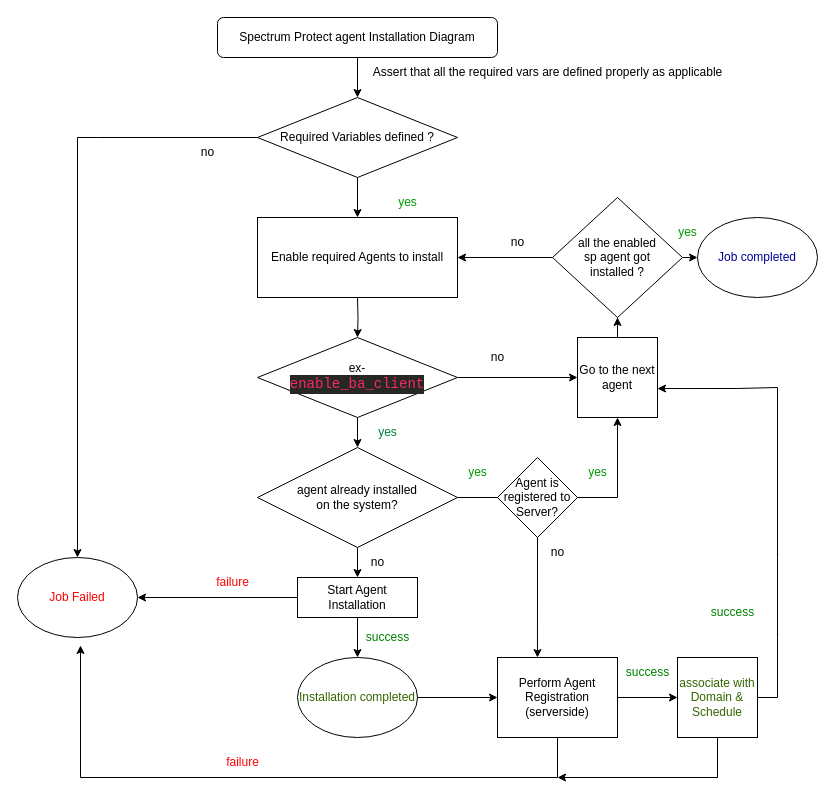
Earlier version of the draw.io diagram spectrum_protect_agent.drawio (kajmonda/sample). Source tidied: cells renumbered, new cells numbered last; positions are measured from the earlier drawing's top-left corner, leaving out a move shared by most shapes. Both pictures are drawn from the tidied source at 100%, with x=0, y=0 at pixel (17, 17).
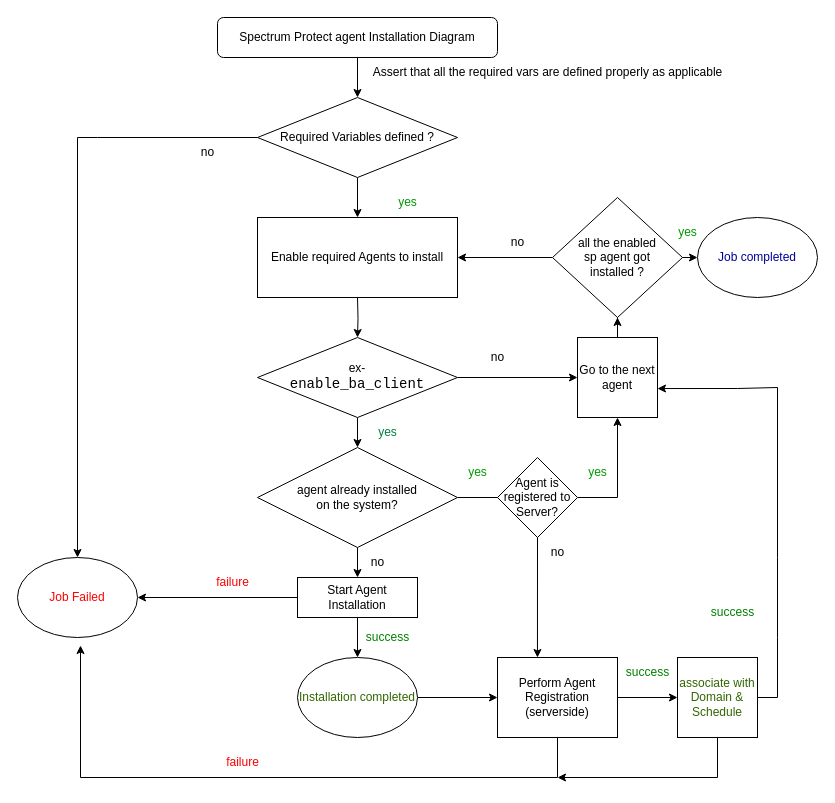
Above is the later version.

Change to the diagram source:
```diff
@@
-    <mxCell id="11" value="ex-&lt;div style=&quot;color: rgb(248, 248, 242); background-color: rgb(39, 40, 34); font-family: Consolas, &amp;quot;Courier New&amp;quot;, monospace; font-weight: normal; font-size: 14px; line-height: 19px;&quot;&gt;&lt;div&gt;&lt;span style=&quot;color: #f92672;&quot;&gt;enable_ba_client&lt;/span&gt;&lt;/div&gt;&lt;/div&gt;" style="rhombus;whiteSpace=wrap;html=1;" parent="1" vertex="1">
+    <mxCell id="11" value="ex-&lt;div style=&quot;font-family: Consolas, &amp;quot;Courier New&amp;quot;, monospace; font-weight: normal; font-size: 14px; line-height: 19px;&quot;&gt;&lt;div&gt;enable_ba_client&lt;/div&gt;&lt;/div&gt;" style="rhombus;whiteSpace=wrap;html=1;labelBackgroundColor=none;" parent="1" vertex="1">
       <mxGeometry x="240" y="320" width="200" height="80" as="geometry" />
     </mxCell>
```
